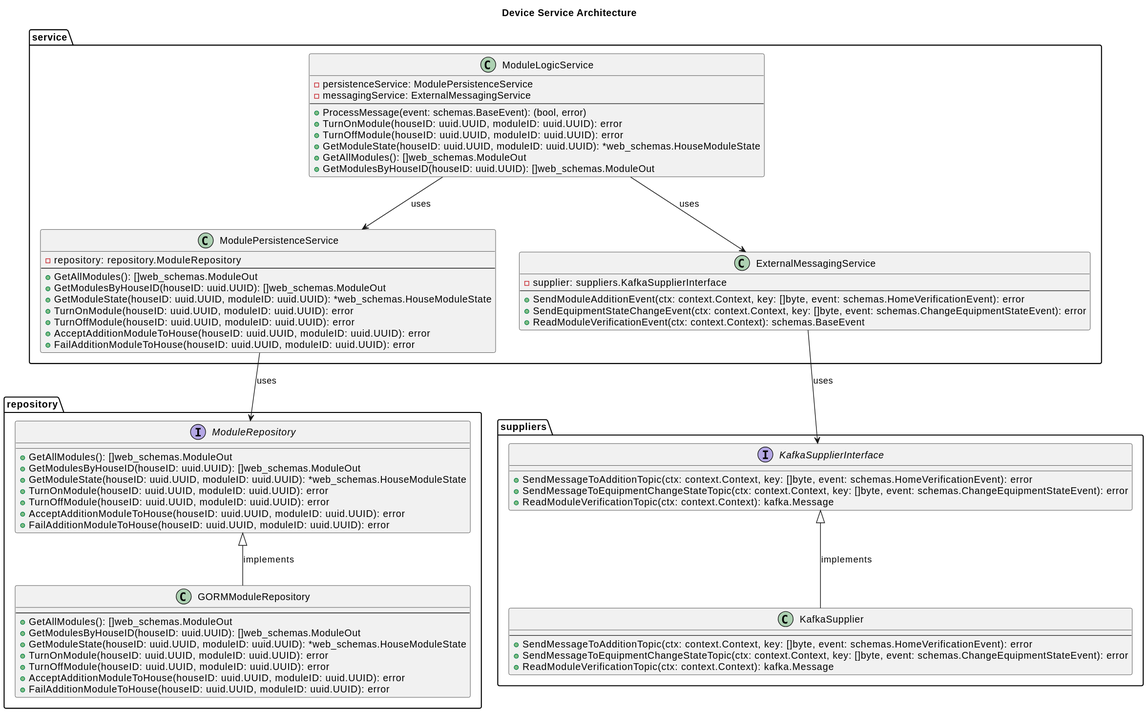
Above: device-service/Code_CleverVillageSystem_DeviceService.svg in baydinvladislav/architecture-sprint-3 (PlantUML), before the change.
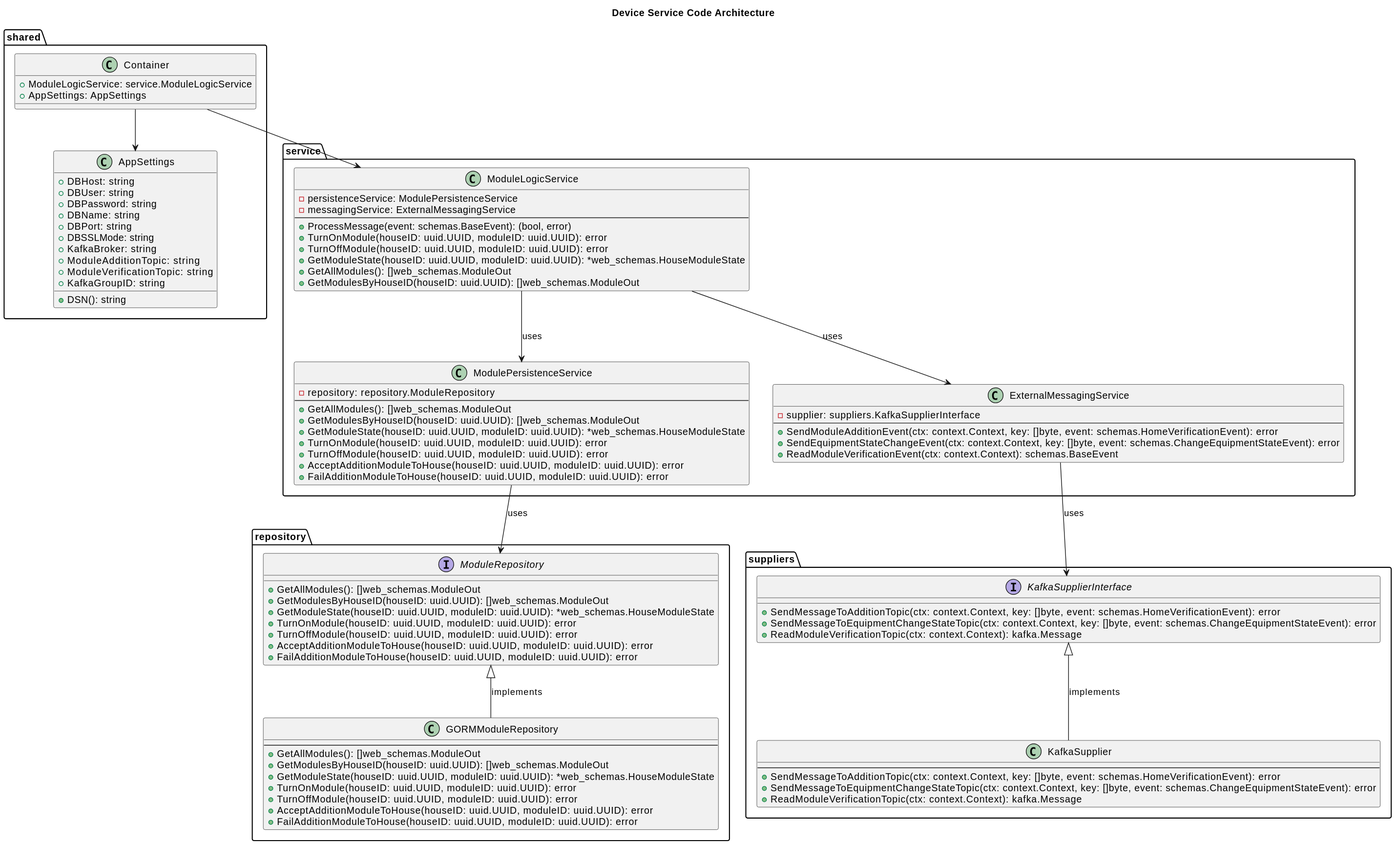
The same file after the commit.

Commit message:
update c4 code diagrams

The edit, as a diff of the source:
```diff
@@ -1,5 +1,26 @@
 @startuml
-title Device Service Architecture
+title Device Service Code Architecture
+
+package "shared" {
+    class Container {
+        + ModuleLogicService: service.ModuleLogicService
+        + AppSettings: AppSettings
+    }
+
+    class AppSettings {
+        + DBHost: string
+        + DBUser: string
+        + DBPassword: string
+        + DBName: string
+        + DBPort: string
+        + DBSSLMode: string
+        + KafkaBroker: string
+        + ModuleAdditionTopic: string
+        + ModuleVerificationTopic: string
+        + KafkaGroupID: string
+        + DSN(): string
+    }
+}
 
 package "service" {
     class ModuleLogicService {
@@ -79,4 +100,7 @@
 ModuleRepository <|-- GORMModuleRepository : implements
 ExternalMessagingService --> KafkaSupplierInterface : uses
 KafkaSupplierInterface <|-- KafkaSupplier : implements
+
+Container --> ModuleLogicService
+Container --> AppSettings
 @enduml
```
